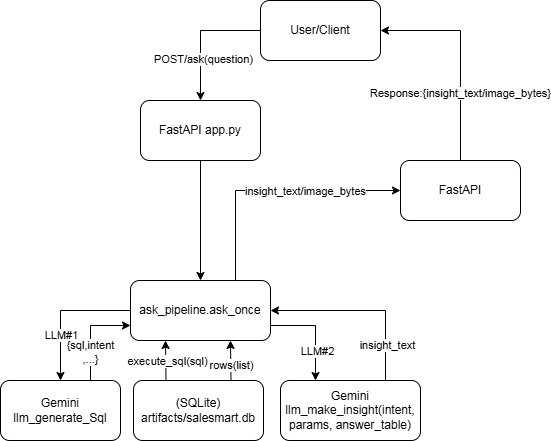
Before: pic/System_Architecture_Superstore.png, a diagram exported from draw.io (anhnd210020/superstore). Source tidied: cells renumbered, new cells last; positions are measured from the earlier drawing's top-left corner, leaving out a move shared by most shapes.
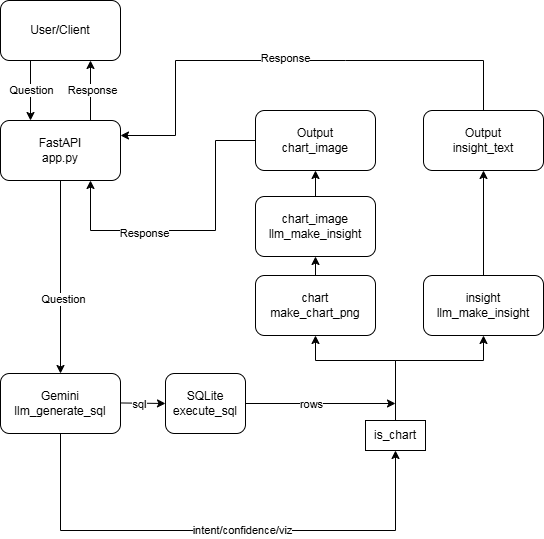
After the change.

Change to the diagram source:
```diff
@@ -3,112 +3,130 @@
     <mxCell id="0" />
     <mxCell id="1" parent="0" />
     <mxCell id="2" value="&lt;div&gt;User/Client&lt;/div&gt;" style="rounded=1;whiteSpace=wrap;html=1;" parent="1" vertex="1">
-      <mxGeometry x="260" width="120" height="60" as="geometry" />
+      <mxGeometry x="98" y="20" width="120" height="60" as="geometry" />
     </mxCell>
-    <mxCell id="3" value="FastAPI app.py" style="rounded=1;whiteSpace=wrap;html=1;" parent="1" vertex="1">
-      <mxGeometry x="140" y="100" width="120" height="60" as="geometry" />
+    <mxCell id="3" value="FastAPI&lt;div&gt;app.py&lt;/div&gt;" style="rounded=1;whiteSpace=wrap;html=1;" parent="1" vertex="1">
+      <mxGeometry x="98" y="140" width="120" height="60" as="geometry" />
     </mxCell>
-    <mxCell id="4" value="FastAPI" style="rounded=1;whiteSpace=wrap;html=1;" parent="1" vertex="1">
-      <mxGeometry x="400" y="160" width="120" height="60" as="geometry" />
-    </mxCell>
-    <mxCell id="5" style="endArrow=classic;html=1;rounded=0;exitX=0;exitY=0.5;exitDx=0;exitDy=0;entryX=0.5;entryY=0;entryDx=0;entryDy=0;" parent="1" edge="1" source="2" target="3">
-      <mxGeometry relative="1" as="geometry">
-        <Array as="points">
-          <mxPoint x="200" y="30" />
-        </Array>
-      </mxGeometry>
+    <mxCell id="5" style="endArrow=classic;html=1;rounded=0;exitX=0.25;exitY=1;exitDx=0;exitDy=0;entryX=0.25;entryY=0;entryDx=0;entryDy=0;" parent="1" edge="1" source="2" target="3">
+      <mxGeometry relative="1" as="geometry" />
     </mxCell>
-    <mxCell id="6" value="POST/ask(question)" style="edgeLabel;html=1;align=center;verticalAlign=middle;" parent="5" vertex="1">
-      <mxGeometry x="0.35" y="2" relative="1" as="geometry" />
-    </mxCell>
-    <mxCell id="7" value="ask_pipeline.ask_once" style="rounded=1;whiteSpace=wrap;html=1;" parent="1" vertex="1">
-      <mxGeometry x="130" y="280" width="140" height="60" as="geometry" />
-    </mxCell>
-    <mxCell id="8" style="endArrow=classic;html=1;rounded=0;exitX=0.5;exitY=1;exitDx=0;exitDy=0;entryX=0.5;entryY=0;entryDx=0;entryDy=0;" parent="1" edge="1" source="3" target="7">
-      <mxGeometry relative="1" as="geometry" />
-    </mxCell>
-    <mxCell id="9" value="Gemini llm_generate_Sql" style="rounded=1;whiteSpace=wrap;html=1;" parent="1" vertex="1">
-      <mxGeometry y="380" width="120" height="60" as="geometry" />
-    </mxCell>
-    <mxCell id="10" style="endArrow=classic;html=1;rounded=0;exitX=0;exitY=0.5;exitDx=0;exitDy=0;entryX=0.5;entryY=0;entryDx=0;entryDy=0;" parent="1" edge="1" source="7" target="9">
-      <mxGeometry relative="1" as="geometry">
-        <Array as="points">
-          <mxPoint x="60" y="310" />
-        </Array>
-      </mxGeometry>
-    </mxCell>
-    <mxCell id="11" value="LLM#1" style="edgeLabel;html=1;align=center;verticalAlign=middle;" parent="10" vertex="1">
-      <mxGeometry x="0.34" relative="1" as="geometry" />
-    </mxCell>
-    <mxCell id="12" style="endArrow=classic;html=1;rounded=0;exitX=0.75;exitY=0;exitDx=0;exitDy=0;entryX=0;entryY=0.75;entryDx=0;entryDy=0;" parent="1" edge="1" source="9" target="7">
-      <mxGeometry relative="1" as="geometry">
-        <Array as="points">
-          <mxPoint x="90" y="325" />
-        </Array>
-      </mxGeometry>
-    </mxCell>
-    <mxCell id="13" value="{sql,intent&lt;div&gt;,...}&lt;/div&gt;" style="edgeLabel;html=1;align=center;verticalAlign=middle;" parent="12" vertex="1">
-      <mxGeometry x="-0.39" y="1" relative="1" as="geometry" />
-    </mxCell>
-    <mxCell id="14" value="(SQLite)&lt;div&gt;artifacts/salesmart.db&lt;/div&gt;" style="rounded=1;whiteSpace=wrap;html=1;" parent="1" vertex="1">
-      <mxGeometry x="133" y="380" width="130" height="60" as="geometry" />
-    </mxCell>
-    <mxCell id="15" style="endArrow=classic;html=1;rounded=0;exitX=0.25;exitY=0;exitDx=0;exitDy=0;entryX=0.25;entryY=1;entryDx=0;entryDy=0;" parent="1" edge="1" source="14" target="7">
-      <mxGeometry relative="1" as="geometry" />
-    </mxCell>
-    <mxCell id="16" value="execute_sql(sql)" style="edgeLabel;html=1;align=center;verticalAlign=middle;" parent="15" vertex="1">
-      <mxGeometry x="-0.06" y="-1" relative="1" as="geometry" />
-    </mxCell>
-    <mxCell id="17" style="endArrow=classic;html=1;rounded=0;exitX=0.75;exitY=0;exitDx=0;exitDy=0;" parent="1" edge="1" source="14">
-      <mxGeometry relative="1" as="geometry">
-        <mxPoint x="230" y="340" as="targetPoint" />
-      </mxGeometry>
-    </mxCell>
-    <mxCell id="18" value="rows(list)" style="edgeLabel;html=1;align=center;verticalAlign=middle;" parent="17" vertex="1">
-      <mxGeometry x="-0.2" relative="1" as="geometry" />
-    </mxCell>
-    <mxCell id="19" value="Gemini&lt;div&gt;llm_make_insight(intent, params, answer_table)&lt;/div&gt;" style="rounded=1;whiteSpace=wrap;html=1;" parent="1" vertex="1">
-      <mxGeometry x="280" y="380" width="140" height="60" as="geometry" />
-    </mxCell>
-    <mxCell id="20" style="endArrow=classic;html=1;rounded=0;exitX=1;exitY=0.75;exitDx=0;exitDy=0;entryX=0.25;entryY=0;entryDx=0;entryDy=0;" parent="1" edge="1" source="7" target="19">
-      <mxGeometry relative="1" as="geometry">
-        <Array as="points">
-          <mxPoint x="315" y="325" />
-        </Array>
-      </mxGeometry>
-    </mxCell>
-    <mxCell id="21" value="LLM#2" style="edgeLabel;html=1;align=center;verticalAlign=middle;" parent="20" vertex="1">
-      <mxGeometry x="0.4" y="1" relative="1" as="geometry" />
-    </mxCell>
-    <mxCell id="22" style="endArrow=classic;html=1;rounded=0;entryX=1;entryY=0.5;entryDx=0;entryDy=0;exitX=0.75;exitY=0;exitDx=0;exitDy=0;" parent="1" edge="1" source="19" target="7">
-      <mxGeometry relative="1" as="geometry">
-        <Array as="points">
-          <mxPoint x="385" y="310" />
-        </Array>
-      </mxGeometry>
-    </mxCell>
-    <mxCell id="23" value="insight_text" style="edgeLabel;html=1;align=center;verticalAlign=middle;" parent="22" vertex="1">
-      <mxGeometry x="-0.61" y="-1" relative="1" as="geometry" />
-    </mxCell>
-    <mxCell id="24" style="endArrow=classic;html=1;rounded=0;exitX=0.75;exitY=0;exitDx=0;exitDy=0;entryX=0;entryY=0.5;entryDx=0;entryDy=0;" parent="1" edge="1" source="7" target="4">
-      <mxGeometry relative="1" as="geometry">
-        <Array as="points">
-          <mxPoint x="235" y="190" />
-        </Array>
-      </mxGeometry>
-    </mxCell>
-    <mxCell id="25" value="insight_text/image_bytes" style="edgeLabel;html=1;align=center;verticalAlign=middle;" parent="24" vertex="1">
-      <mxGeometry x="0.25" relative="1" as="geometry" />
-    </mxCell>
+    <mxCell id="28" value="Question" style="edgeLabel;html=1;align=center;verticalAlign=middle;" parent="5" vertex="1">
+      <mxGeometry x="-0.05" relative="1" as="geometry" />
+    </mxCell>
-    <mxCell id="26" style="endArrow=classic;html=1;rounded=0;exitX=0.5;exitY=0;exitDx=0;exitDy=0;entryX=1;entryY=0.5;entryDx=0;entryDy=0;" parent="1" edge="1" source="4" target="2">
-      <mxGeometry relative="1" as="geometry">
-        <Array as="points">
-          <mxPoint x="460" y="30" />
-        </Array>
-      </mxGeometry>
+    <mxCell id="26" style="endArrow=classic;html=1;rounded=0;exitX=0.75;exitY=0;exitDx=0;exitDy=0;entryX=0.75;entryY=1;entryDx=0;entryDy=0;" parent="1" edge="1" source="3" target="2">
+      <mxGeometry relative="1" as="geometry" />
     </mxCell>
-    <mxCell id="27" value="Response:{insight_text/image_bytes}" style="edgeLabel;html=1;align=center;verticalAlign=middle;" parent="26" vertex="1">
-      <mxGeometry x="-0.36" y="1" relative="1" as="geometry" />
-    </mxCell>
+    <mxCell id="29" value="Response" style="edgeLabel;html=1;align=center;verticalAlign=middle;" parent="26" vertex="1">
+      <mxGeometry x="0.05" y="-1" relative="1" as="geometry" />
+    </mxCell>
+    <mxCell id="30" style="endArrow=classic;html=1;rounded=0;exitX=0.5;exitY=1;exitDx=0;exitDy=0;entryX=0.5;entryY=0;entryDx=0;entryDy=0;" parent="1" edge="1" source="3" target="32">
+      <mxGeometry relative="1" as="geometry" />
+    </mxCell>
+    <mxCell id="31" value="Question" style="edgeLabel;html=1;align=center;verticalAlign=middle;" parent="30" vertex="1">
+      <mxGeometry x="0.23" y="2" relative="1" as="geometry" />
+    </mxCell>
+    <mxCell id="32" value="Gemini llm_generate_sql" style="rounded=1;whiteSpace=wrap;html=1;" parent="1" vertex="1">
+      <mxGeometry x="98" y="393" width="120" height="60" as="geometry" />
+    </mxCell>
+    <mxCell id="33" value="SQLite&lt;div&gt;execute_sql&lt;/div&gt;" style="rounded=1;whiteSpace=wrap;html=1;" parent="1" vertex="1">
+      <mxGeometry x="263" y="393" width="80" height="60" as="geometry" />
+    </mxCell>
+    <mxCell id="34" style="endArrow=classic;html=1;rounded=0;exitX=0.999;exitY=0.491;exitDx=0;exitDy=0;entryX=0;entryY=0.5;entryDx=0;entryDy=0;exitPerimeter=0;" parent="1" edge="1" source="32" target="33">
+      <mxGeometry relative="1" as="geometry" />
+    </mxCell>
+    <mxCell id="35" value="sql" style="edgeLabel;html=1;align=center;verticalAlign=middle;" parent="34" vertex="1">
+      <mxGeometry x="-0.21" relative="1" as="geometry" />
+    </mxCell>
+    <mxCell id="36" style="endArrow=classic;html=1;rounded=0;exitX=0.5;exitY=1;exitDx=0;exitDy=0;entryX=0.5;entryY=1;entryDx=0;entryDy=0;" parent="1" edge="1" source="32" target="38">
+      <mxGeometry relative="1" as="geometry">
+        <Array as="points">
+          <mxPoint x="158" y="550" />
+          <mxPoint x="493" y="550" />
+        </Array>
+      </mxGeometry>
+    </mxCell>
+    <mxCell id="37" value="intent/confidence/viz" style="edgeLabel;html=1;align=center;verticalAlign=middle;" parent="36" vertex="1">
+      <mxGeometry x="0.08" y="1" relative="1" as="geometry" />
+    </mxCell>
+    <mxCell id="38" value="is_chart" style="rounded=0;whiteSpace=wrap;html=1;" parent="1" vertex="1">
+      <mxGeometry x="463" y="440" width="60" height="30" as="geometry" />
+    </mxCell>
+    <mxCell id="39" style="group;" parent="1" vertex="1">
+      <mxGeometry x="351" y="295" width="290" height="60" as="geometry" />
+    </mxCell>
+    <mxCell id="40" value="chart&lt;div&gt;make_chart_png&lt;/div&gt;" style="rounded=1;whiteSpace=wrap;html=1;" parent="39" vertex="1">
+      <mxGeometry x="2" width="120" height="60" as="geometry" />
+    </mxCell>
+    <mxCell id="41" value="insight&lt;div&gt;llm_make_insight&lt;/div&gt;" style="rounded=1;whiteSpace=wrap;html=1;" parent="39" vertex="1">
+      <mxGeometry x="170" width="120" height="60" as="geometry" />
+    </mxCell>
+    <mxCell id="42" style="endArrow=classic;html=1;rounded=0;exitX=1;exitY=0.5;exitDx=0;exitDy=0;" parent="1" edge="1" source="33">
+      <mxGeometry relative="1" as="geometry">
+        <mxPoint x="493" y="423" as="targetPoint" />
+      </mxGeometry>
+    </mxCell>
+    <mxCell id="43" value="rows" style="edgeLabel;html=1;align=center;verticalAlign=middle;" parent="42" vertex="1">
+      <mxGeometry x="-0.13" relative="1" as="geometry" />
+    </mxCell>
+    <mxCell id="44" style="endArrow=classic;html=1;rounded=0;exitX=0.5;exitY=0;exitDx=0;exitDy=0;entryX=0.5;entryY=1;entryDx=0;entryDy=0;" parent="1" edge="1" source="38" target="40">
+      <mxGeometry relative="1" as="geometry">
+        <Array as="points">
+          <mxPoint x="493" y="380" />
+          <mxPoint x="413" y="380" />
+        </Array>
+      </mxGeometry>
+    </mxCell>
+    <mxCell id="45" style="endArrow=classic;html=1;rounded=0;entryX=0.5;entryY=1;entryDx=0;entryDy=0;exitX=0.5;exitY=0;exitDx=0;exitDy=0;" parent="1" edge="1" source="38" target="41">
+      <mxGeometry relative="1" as="geometry">
+        <Array as="points">
+          <mxPoint x="493" y="380" />
+          <mxPoint x="581" y="380" />
+        </Array>
+      </mxGeometry>
+    </mxCell>
+    <mxCell id="46" style="endArrow=classic;html=1;rounded=0;exitX=0.5;exitY=0;exitDx=0;exitDy=0;entryX=0.5;entryY=1;entryDx=0;entryDy=0;" parent="1" edge="1" source="41" target="47">
+      <mxGeometry relative="1" as="geometry" />
+    </mxCell>
+    <mxCell id="47" value="Output&lt;div&gt;insight_text&lt;/div&gt;" style="rounded=1;whiteSpace=wrap;html=1;" parent="1" vertex="1">
+      <mxGeometry x="521" y="130" width="120" height="60" as="geometry" />
+    </mxCell>
+    <mxCell id="48" style="endArrow=classic;html=1;rounded=0;exitX=0.5;exitY=0;exitDx=0;exitDy=0;entryX=1;entryY=0.25;entryDx=0;entryDy=0;" parent="1" edge="1" source="47" target="3">
+      <mxGeometry relative="1" as="geometry">
+        <Array as="points">
+          <mxPoint x="581" y="80" />
+          <mxPoint x="443" y="80" />
+          <mxPoint x="273" y="80" />
+          <mxPoint x="273" y="155" />
+        </Array>
+      </mxGeometry>
+    </mxCell>
+    <mxCell id="49" value="Response" style="edgeLabel;html=1;align=center;verticalAlign=middle;" parent="48" vertex="1">
+      <mxGeometry x="0.02" y="-3" relative="1" as="geometry" />
+    </mxCell>
+    <mxCell id="50" value="chart_image&lt;div&gt;llm_make_insight&lt;/div&gt;" style="rounded=1;whiteSpace=wrap;html=1;" parent="1" vertex="1">
+      <mxGeometry x="353" y="216" width="120" height="60" as="geometry" />
+    </mxCell>
+    <mxCell id="51" style="endArrow=classic;html=1;rounded=0;exitX=0.5;exitY=0;exitDx=0;exitDy=0;entryX=0.5;entryY=1;entryDx=0;entryDy=0;" parent="1" edge="1" source="40" target="50">
+      <mxGeometry relative="1" as="geometry" />
+    </mxCell>
+    <mxCell id="52" value="Output&lt;div&gt;chart_image&lt;/div&gt;" style="rounded=1;whiteSpace=wrap;html=1;" parent="1" vertex="1">
+      <mxGeometry x="353" y="130" width="120" height="60" as="geometry" />
+    </mxCell>
+    <mxCell id="53" style="endArrow=classic;html=1;rounded=0;exitX=0.5;exitY=0;exitDx=0;exitDy=0;entryX=0.5;entryY=1;entryDx=0;entryDy=0;" parent="1" edge="1" source="50" target="52">
+      <mxGeometry relative="1" as="geometry" />
+    </mxCell>
+    <mxCell id="54" style="endArrow=classic;html=1;rounded=0;exitX=0;exitY=0.5;exitDx=0;exitDy=0;entryX=0.75;entryY=1;entryDx=0;entryDy=0;" parent="1" edge="1" source="52" target="3">
+      <mxGeometry relative="1" as="geometry">
+        <Array as="points">
+          <mxPoint x="313" y="160" />
+          <mxPoint x="313" y="250" />
+          <mxPoint x="188" y="250" />
+        </Array>
+      </mxGeometry>
+    </mxCell>
+    <mxCell id="55" value="Response" style="edgeLabel;html=1;align=center;verticalAlign=middle;" parent="54" vertex="1">
+      <mxGeometry x="0.32" y="2" relative="1" as="geometry" />
+    </mxCell>
   </root>
 </mxGraphModel>
```
